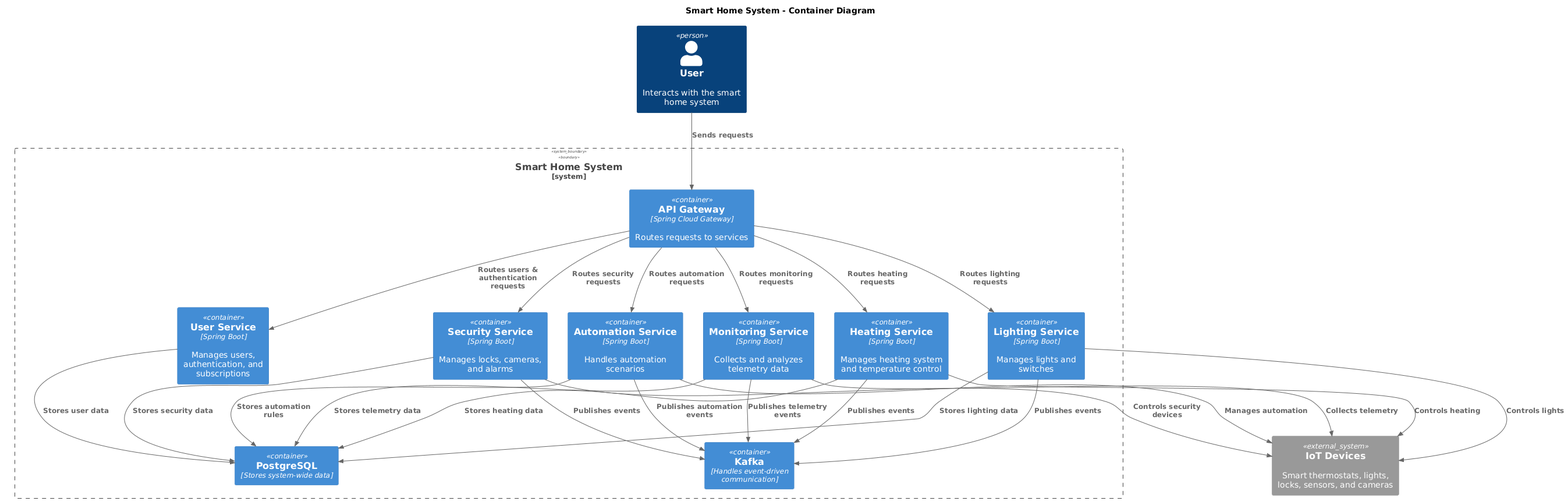
This is diagrams/container/SmartHomeContainerToBe.png from dramaqu33n/architecture-sprint-3, a PlantUML export, as it was before one commit.
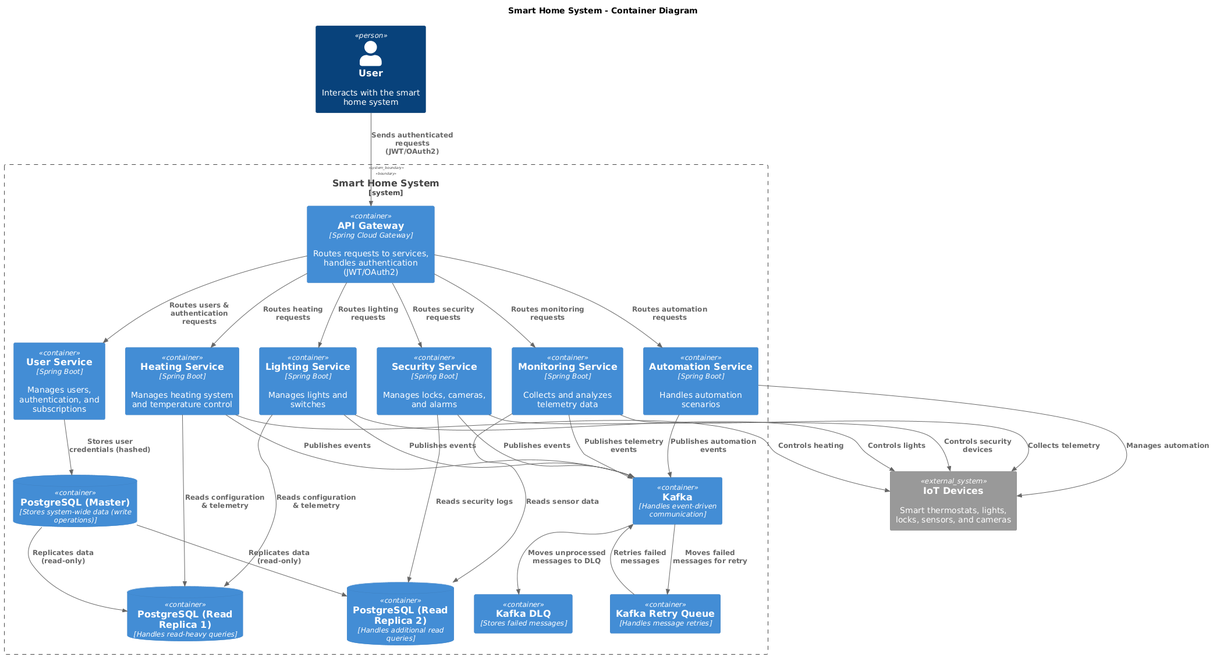
Above is the later version.

What changed in the source:
```diff
@@ -6,8 +6,7 @@
 Person(User, "User", "Interacts with the smart home system")
 
 System_Boundary(SmartHomeSystem, "Smart Home System") {
-    Container(API_Gateway, "API Gateway", "Spring Cloud Gateway", "Routes requests to services")
-
+    Container(API_Gateway, "API Gateway", "Spring Cloud Gateway", "Routes requests to services, handles authentication (JWT/OAuth2)")
     Container(UserService, "User Service", "Spring Boot", "Manages users, authentication, and subscriptions")
     Container(HeatingService, "Heating Service", "Spring Boot", "Manages heating system and temperature control")
     Container(LightingService, "Lighting Service", "Spring Boot", "Manages lights and switches")
@@ -15,13 +14,17 @@
     Container(AutomationService, "Automation Service", "Spring Boot", "Handles automation scenarios")
     Container(MonitoringService, "Monitoring Service", "Spring Boot", "Collects and analyzes telemetry data")
 
-    Container(Database, "PostgreSQL", "Stores system-wide data")
+    ContainerDb(MainDatabase, "PostgreSQL (Master)", "Stores system-wide data (write operations)")
+    ContainerDb(ReplicaDB1, "PostgreSQL (Read Replica 1)", "Handles read-heavy queries")
+    ContainerDb(ReplicaDB2, "PostgreSQL (Read Replica 2)", "Handles additional read queries")
     Container(MessageBroker, "Kafka", "Handles event-driven communication")
+    Container(DeadLetterQueue, "Kafka DLQ", "Stores failed messages")
+    Container(RetryQueue, "Kafka Retry Queue", "Handles message retries")
 }
 
 System_Ext(IoTDevices, "IoT Devices", "Smart thermostats, lights, locks, sensors, and cameras")
 
-Rel(User, API_Gateway, "Sends requests")
+Rel(User, API_Gateway, "Sends authenticated requests (JWT/OAuth2)")
 Rel(API_Gateway, UserService, "Routes users & authentication requests")
 Rel(API_Gateway, HeatingService, "Routes heating requests")
 Rel(API_Gateway, LightingService, "Routes lighting requests")
@@ -29,22 +32,28 @@
 Rel(API_Gateway, AutomationService, "Routes automation requests")
 Rel(API_Gateway, MonitoringService, "Routes monitoring requests")
 
+Rel(UserService, MainDatabase, "Stores user credentials (hashed)")
+Rel(MainDatabase, ReplicaDB1, "Replicates data (read-only)")
+Rel(MainDatabase, ReplicaDB2, "Replicates data (read-only)")
+
 Rel(HeatingService, IoTDevices, "Controls heating")
 Rel(LightingService, IoTDevices, "Controls lights")
 Rel(SecurityService, IoTDevices, "Controls security devices")
 Rel(AutomationService, IoTDevices, "Manages automation")
 Rel(MonitoringService, IoTDevices, "Collects telemetry")
 
-Rel(UserService, Database, "Stores user data")
-Rel(HeatingService, Database, "Stores heating data")
-Rel(LightingService, Database, "Stores lighting data")
-Rel(SecurityService, Database, "Stores security data")
-Rel(AutomationService, Database, "Stores automation rules")
-Rel(MonitoringService, Database, "Stores telemetry data")
-
 Rel(HeatingService, MessageBroker, "Publishes events")
 Rel(LightingService, MessageBroker, "Publishes events")
 Rel(SecurityService, MessageBroker, "Publishes events")
 Rel(AutomationService, MessageBroker, "Publishes automation events")
 Rel(MonitoringService, MessageBroker, "Publishes telemetry events")
+
+Rel(MessageBroker, RetryQueue, "Moves failed messages for retry")
+Rel(RetryQueue, MessageBroker, "Retries failed messages")
+Rel(MessageBroker, DeadLetterQueue, "Moves unprocessed messages to DLQ")
+
+Rel(HeatingService, ReplicaDB1, "Reads configuration & telemetry")
+Rel(LightingService, ReplicaDB1, "Reads configuration & telemetry")
+Rel(SecurityService, ReplicaDB2, "Reads security logs")
+Rel(MonitoringService, ReplicaDB2, "Reads sensor data")
 @enduml
```
